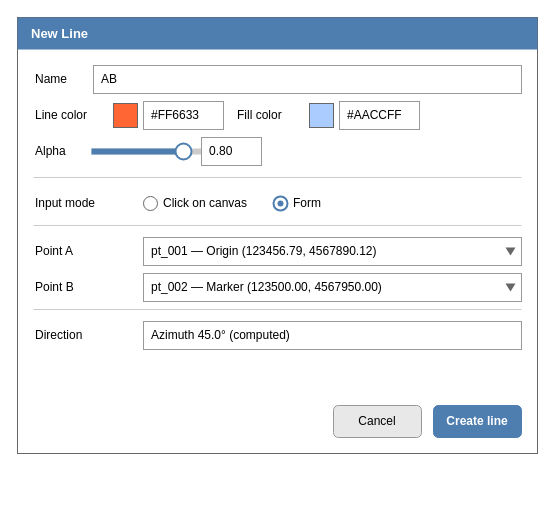
The draw.io diagram page "Line form" (5 of 20) of spec/design/geometry-app-ui-ux.drawio in david-wies/geosketch, before the edit. Source tidied: cells renumbered, new cells numbered last; positions are measured from the earlier drawing's top-left corner, leaving out a move shared by most shapes. Both pictures are drawn from the tidied source at 100%, with x=0, y=0 at pixel (17, 17).
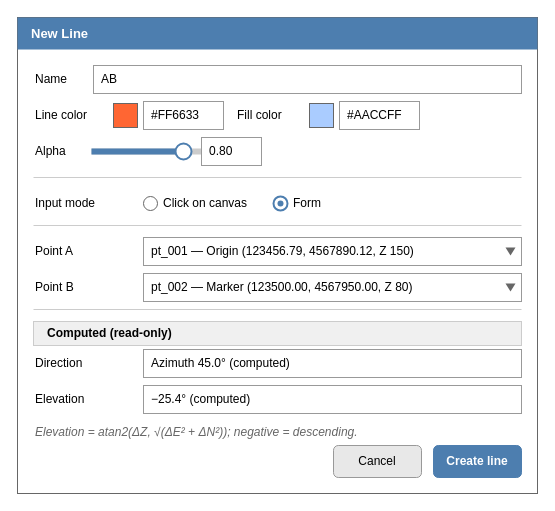
The same page after the edit.

Commit message (it also covers changes not shown here):
docs: implementation design, 3-point azimuth/elevation & reference articles (#56)

Change to the diagram source:
```diff
@@
     <mxCell id="2" style="rounded=0;whiteSpace=wrap;html=1;fillColor=#FFFFFF;strokeColor=#666666;" parent="1" vertex="1">
-      <mxGeometry width="520" height="436" as="geometry" />
+      <mxGeometry width="520" height="476" as="geometry" />
     </mxCell>
@@
-    <mxCell id="26" value="pt_001 — Origin (123456.79, 4567890.12)" style="rounded=0;whiteSpace=wrap;html=1;fillColor=#FFFFFF;strokeColor=#999999;align=left;spacingLeft=6;" parent="1" vertex="1">
+    <mxCell id="26" value="pt_001 — Origin (123456.79, 4567890.12, Z 150)" style="rounded=0;whiteSpace=wrap;html=1;fillColor=#FFFFFF;strokeColor=#999999;align=left;spacingLeft=6;" parent="1" vertex="1">
       <mxGeometry x="126" y="220" width="378" height="28" as="geometry" />
     </mxCell>
@@
-    <mxCell id="29" value="pt_002 — Marker (123500.00, 4567950.00)" style="rounded=0;whiteSpace=wrap;html=1;fillColor=#FFFFFF;strokeColor=#999999;align=left;spacingLeft=6;" parent="1" vertex="1">
+    <mxCell id="29" value="pt_002 — Marker (123500.00, 4567950.00, Z 80)" style="rounded=0;whiteSpace=wrap;html=1;fillColor=#FFFFFF;strokeColor=#999999;align=left;spacingLeft=6;" parent="1" vertex="1">
       <mxGeometry x="126" y="256" width="378" height="28" as="geometry" />
     </mxCell>
@@
-    <mxCell id="32" value="Direction" style="text;html=1;align=left;verticalAlign=middle;" parent="1" vertex="1">
-      <mxGeometry x="16" y="304" width="110" height="28" as="geometry" />
+    <mxCell id="32" value="Computed (read-only)" style="rounded=0;whiteSpace=wrap;html=1;fillColor=#F0F0F0;strokeColor=#CCCCCC;align=left;verticalAlign=middle;spacingLeft=12;fontStyle=1;" parent="1" vertex="1">
+      <mxGeometry x="16" y="304" width="488" height="24" as="geometry" />
     </mxCell>
-    <mxCell id="33" value="Azimuth 45.0° (computed)" style="rounded=0;whiteSpace=wrap;html=1;fillColor=#FFFFFF;strokeColor=#999999;align=left;spacingLeft=6;" parent="1" vertex="1">
-      <mxGeometry x="126" y="304" width="378" height="28" as="geometry" />
+    <mxCell id="33" value="Direction" style="text;html=1;align=left;verticalAlign=middle;" parent="1" vertex="1">
+      <mxGeometry x="16" y="332" width="110" height="28" as="geometry" />
     </mxCell>
-    <mxCell id="34" value="Cancel" style="rounded=1;whiteSpace=wrap;html=1;fillColor=#E8E8E8;strokeColor=#999999;align=center;" parent="1" vertex="1">
-      <mxGeometry x="316" y="388" width="88" height="32" as="geometry" />
+    <mxCell id="34" value="Azimuth 45.0°  (computed)" style="rounded=0;whiteSpace=wrap;html=1;fillColor=#FFFFFF;strokeColor=#999999;align=left;spacingLeft=6;" parent="1" vertex="1">
+      <mxGeometry x="126" y="332" width="378" height="28" as="geometry" />
     </mxCell>
-    <mxCell id="35" value="Create line" style="rounded=1;whiteSpace=wrap;html=1;fillColor=#4D7EAF;strokeColor=#4D7EAF;fontColor=#FFFFFF;fontStyle=1;align=center;" parent="1" vertex="1">
-      <mxGeometry x="416" y="388" width="88" height="32" as="geometry" />
+    <mxCell id="35" value="Elevation" style="text;html=1;align=left;verticalAlign=middle;" parent="1" vertex="1">
+      <mxGeometry x="16" y="368" width="110" height="28" as="geometry" />
     </mxCell>
+    <mxCell id="36" value="−25.4°  (computed)" style="rounded=0;whiteSpace=wrap;html=1;fillColor=#FFFFFF;strokeColor=#999999;align=left;spacingLeft=6;" parent="1" vertex="1">
+      <mxGeometry x="126" y="368" width="378" height="28" as="geometry" />
+    </mxCell>
+    <mxCell id="37" value="Elevation = atan2(ΔZ, √(ΔE² + ΔN²)); negative = descending." style="text;html=1;align=left;verticalAlign=middle;fontColor=#666666;fontStyle=2;" parent="1" vertex="1">
+      <mxGeometry x="16" y="404" width="488" height="22" as="geometry" />
+    </mxCell>
+    <mxCell id="38" value="Cancel" style="rounded=1;whiteSpace=wrap;html=1;fillColor=#E8E8E8;strokeColor=#999999;align=center;" parent="1" vertex="1">
+      <mxGeometry x="316" y="428" width="88" height="32" as="geometry" />
+    </mxCell>
+    <mxCell id="39" value="Create line" style="rounded=1;whiteSpace=wrap;html=1;fillColor=#4D7EAF;strokeColor=#4D7EAF;fontColor=#FFFFFF;fontStyle=1;align=center;" parent="1" vertex="1">
+      <mxGeometry x="416" y="428" width="88" height="32" as="geometry" />
+    </mxCell>
```
